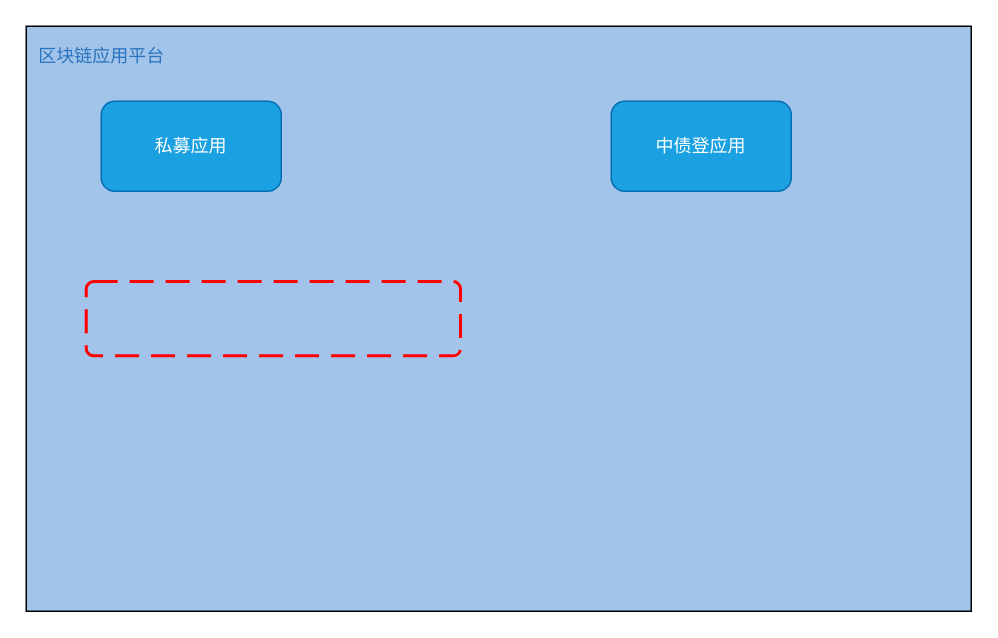
yangjm20/wechat_jump_game keeps this draw.io diagram as 新手小白请使用这个代码  不需要使用真机的专用代码/未命名绘图.drawio. Above is the earlier version. Source tidied: cells renumbered, new cells numbered last; positions are measured from the earlier drawing's top-left corner, leaving out a move shared by most shapes. Both pictures are drawn from the tidied source at 150%, with x=0, y=0 at pixel (26, 26).
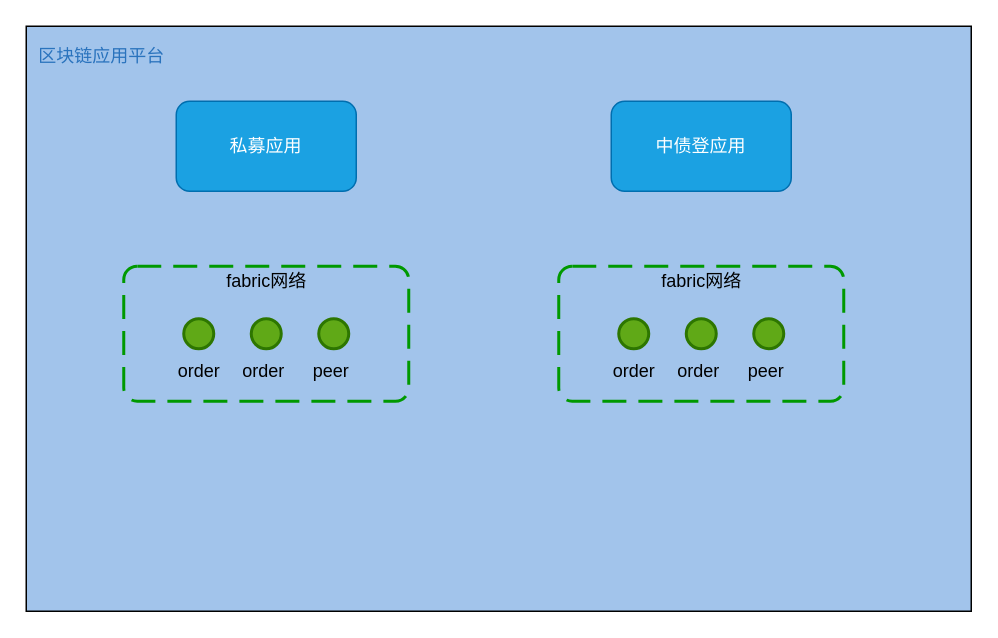
The same page after the edit.

Commit message:
更新未命名绘图.drawio

Diff of the diagram source:
```diff
@@
     <mxCell id="4" value="私募应用" style="rounded=1;whiteSpace=wrap;html=1;fillColor=#1ba1e2;fontColor=#ffffff;strokeColor=#006EAF;" parent="1" vertex="1">
-      <mxGeometry x="50" y="50" width="120" height="60" as="geometry" />
+      <mxGeometry x="100" y="50" width="120" height="60" as="geometry" />
     </mxCell>
@@
-    <mxCell id="6" style="rounded=1;arcSize=10;dashed=1;strokeColor=#ff0000;fillColor=none;gradientColor=none;dashPattern=8 4;strokeWidth=2;fontColor=#2A73BD;" parent="1" vertex="1">
-      <mxGeometry x="40" y="170.2" width="249.5" height="49.5" as="geometry" />
+    <mxCell id="6" style="rounded=1;arcSize=10;dashed=1;fillColor=none;gradientColor=none;dashPattern=8 4;strokeWidth=2;fontColor=#2A73BD;strokeColor=#009900;" parent="1" vertex="1">
+      <mxGeometry x="65" y="160" width="190" height="90" as="geometry" />
     </mxCell>
+    <mxCell id="7" value="fabric网络" style="text;html=1;align=center;verticalAlign=middle;fillColor=none;strokeColor=none;rounded=0;" parent="1" vertex="1">
+      <mxGeometry x="125" y="160" width="70" height="20" as="geometry" />
+    </mxCell>
+    <mxCell id="8" style="strokeWidth=2;html=1;shape=mxgraph.flowchart.start_2;whiteSpace=wrap;fillColor=#60a917;fontColor=#ffffff;strokeColor=#2D7600;" parent="1" vertex="1">
+      <mxGeometry x="105" y="195" width="20" height="20" as="geometry" />
+    </mxCell>
+    <mxCell id="9" style="strokeWidth=2;html=1;shape=mxgraph.flowchart.start_2;whiteSpace=wrap;fillColor=#60a917;fontColor=#ffffff;strokeColor=#2D7600;" parent="1" vertex="1">
+      <mxGeometry x="150" y="195" width="20" height="20" as="geometry" />
+    </mxCell>
+    <mxCell id="10" style="strokeWidth=2;html=1;shape=mxgraph.flowchart.start_2;whiteSpace=wrap;fillColor=#60a917;fontColor=#ffffff;strokeColor=#2D7600;" parent="1" vertex="1">
+      <mxGeometry x="195" y="195" width="20" height="20" as="geometry" />
+    </mxCell>
+    <mxCell id="11" value="order" style="text;html=1;align=center;verticalAlign=middle;fillColor=none;strokeColor=none;rounded=0;fontColor=#000000;" parent="1" vertex="1">
+      <mxGeometry x="95" y="220" width="40" height="20" as="geometry" />
+    </mxCell>
+    <mxCell id="12" value="order" style="text;html=1;align=center;verticalAlign=middle;fillColor=none;strokeColor=none;rounded=0;fontColor=#000000;" parent="1" vertex="1">
+      <mxGeometry x="138" y="220" width="40" height="20" as="geometry" />
+    </mxCell>
+    <mxCell id="13" value="peer" style="text;html=1;align=center;verticalAlign=middle;fillColor=none;strokeColor=none;rounded=0;fontColor=#000000;" parent="1" vertex="1">
+      <mxGeometry x="183" y="220" width="40" height="20" as="geometry" />
+    </mxCell>
+    <mxCell id="14" style="rounded=1;arcSize=10;dashed=1;fillColor=none;gradientColor=none;dashPattern=8 4;strokeWidth=2;fontColor=#2A73BD;strokeColor=#009900;" parent="1" vertex="1">
+      <mxGeometry x="355" y="160" width="190" height="90" as="geometry" />
+    </mxCell>
+    <mxCell id="15" value="fabric网络" style="text;html=1;align=center;verticalAlign=middle;fillColor=none;strokeColor=none;rounded=0;" parent="1" vertex="1">
+      <mxGeometry x="415" y="160" width="70" height="20" as="geometry" />
+    </mxCell>
+    <mxCell id="16" style="strokeWidth=2;html=1;shape=mxgraph.flowchart.start_2;whiteSpace=wrap;fillColor=#60a917;fontColor=#ffffff;strokeColor=#2D7600;" parent="1" vertex="1">
+      <mxGeometry x="395" y="195" width="20" height="20" as="geometry" />
+    </mxCell>
+    <mxCell id="17" style="strokeWidth=2;html=1;shape=mxgraph.flowchart.start_2;whiteSpace=wrap;fillColor=#60a917;fontColor=#ffffff;strokeColor=#2D7600;" parent="1" vertex="1">
+      <mxGeometry x="440" y="195" width="20" height="20" as="geometry" />
+    </mxCell>
+    <mxCell id="18" style="strokeWidth=2;html=1;shape=mxgraph.flowchart.start_2;whiteSpace=wrap;fillColor=#60a917;fontColor=#ffffff;strokeColor=#2D7600;" parent="1" vertex="1">
+      <mxGeometry x="485" y="195" width="20" height="20" as="geometry" />
+    </mxCell>
+    <mxCell id="19" value="order" style="text;html=1;align=center;verticalAlign=middle;fillColor=none;strokeColor=none;rounded=0;fontColor=#000000;" parent="1" vertex="1">
+      <mxGeometry x="385" y="220" width="40" height="20" as="geometry" />
+    </mxCell>
+    <mxCell id="20" value="order" style="text;html=1;align=center;verticalAlign=middle;fillColor=none;strokeColor=none;rounded=0;fontColor=#000000;" parent="1" vertex="1">
+      <mxGeometry x="428" y="220" width="40" height="20" as="geometry" />
+    </mxCell>
+    <mxCell id="21" value="peer" style="text;html=1;align=center;verticalAlign=middle;fillColor=none;strokeColor=none;rounded=0;fontColor=#000000;" parent="1" vertex="1">
+      <mxGeometry x="473" y="220" width="40" height="20" as="geometry" />
+    </mxCell>
```
